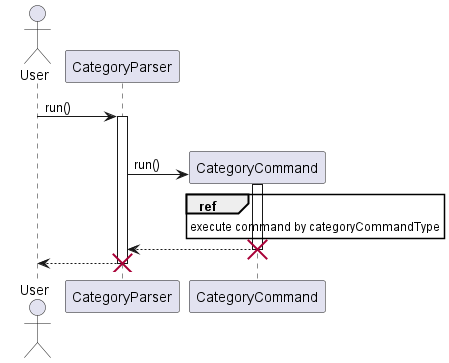
This is docs/UML/Category/CategoryParser.png from nus-cs2113-AY2223S2/tp, a PlantUML export, as it was before one commit.
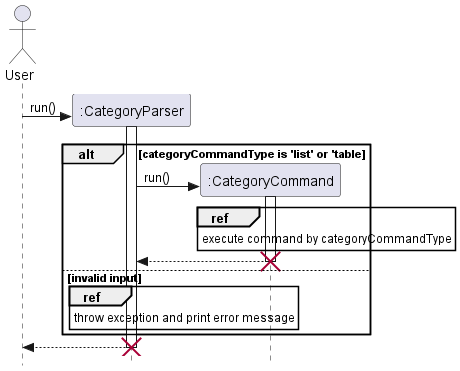
The same file after the commit.

Change to the diagram source:
```diff
@@ -2,18 +2,25 @@
 
 
 actor User
-
-User -> CategoryParser: run()
-activate CategoryParser
+skinparam style strictuml
+User -> ":CategoryParser"**: run()
+activate ":CategoryParser"
 alt categoryCommandType is 'list' or 'table
-    CategoryParser -> CategoryCommand**: run()
-    activate CategoryCommand
-    ref over CategoryCommand
+    ":CategoryParser" -> ":CategoryCommand"**: run()
+    activate ":CategoryCommand"
+    ref over ":CategoryCommand"
         execute command by categoryCommandType
     end ref
+    return
+    deactivate ":CategoryCommand"
+    destroy ":CategoryCommand"
+else invalid input
+    ref over ":CategoryParser"
+        throw exception and print error message
+    end ref
+end
+":CategoryParser" --> User
+deactivate ":CategoryParser"
+destroy ":CategoryParser"
 
-return
-destroy CategoryCommand
-return
-destroy CategoryParser
 @enduml
```
